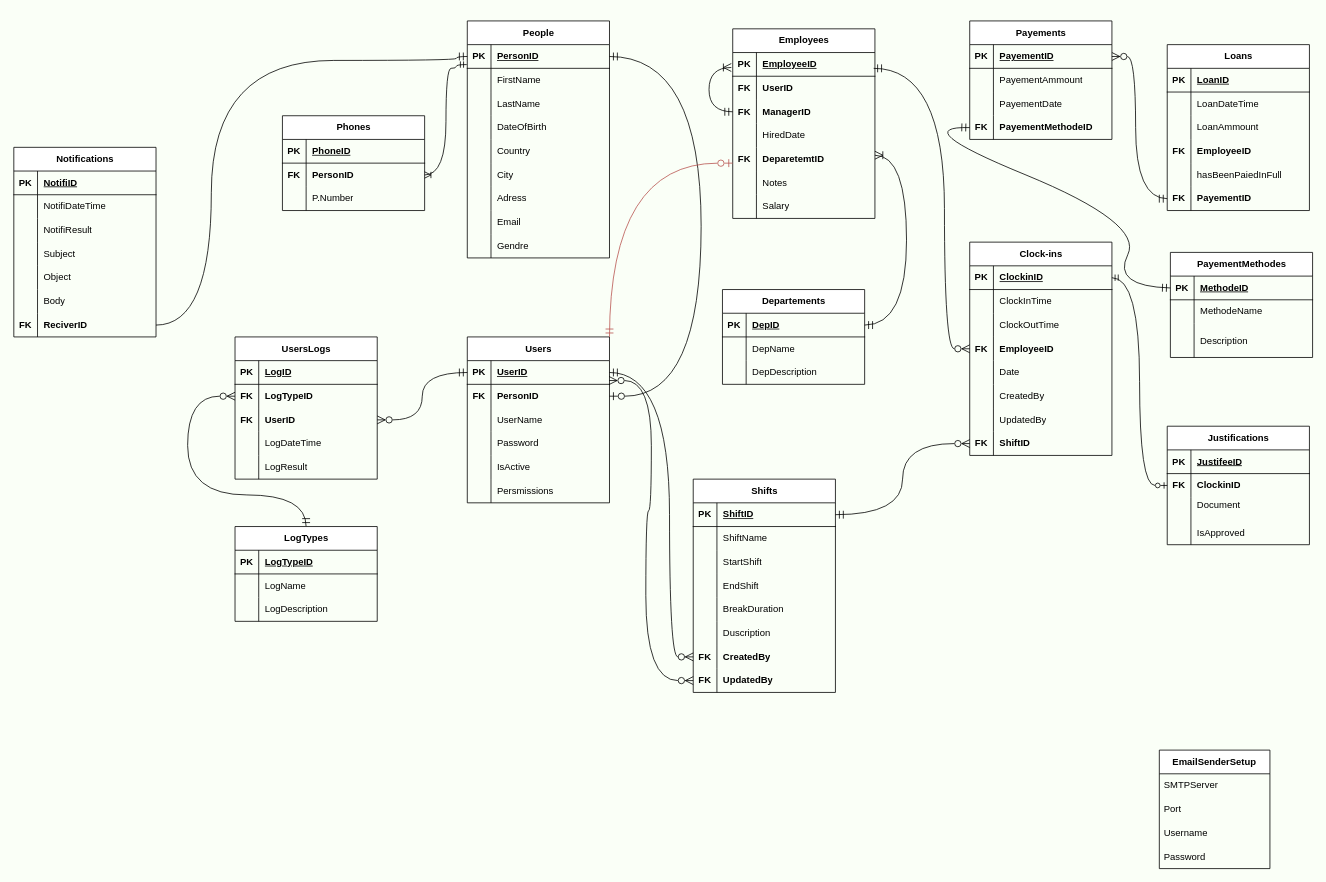
Above: ETC_Diagram.drawio in khalil98dev/ETC (draw.io), before the change. Source tidied: cells renumbered, new cells numbered last; positions are measured from the earlier drawing's top-left corner, leaving out a move shared by most shapes. Both pictures are drawn from the tidied source at 79%, with x=0, y=0 at pixel (13, 21).
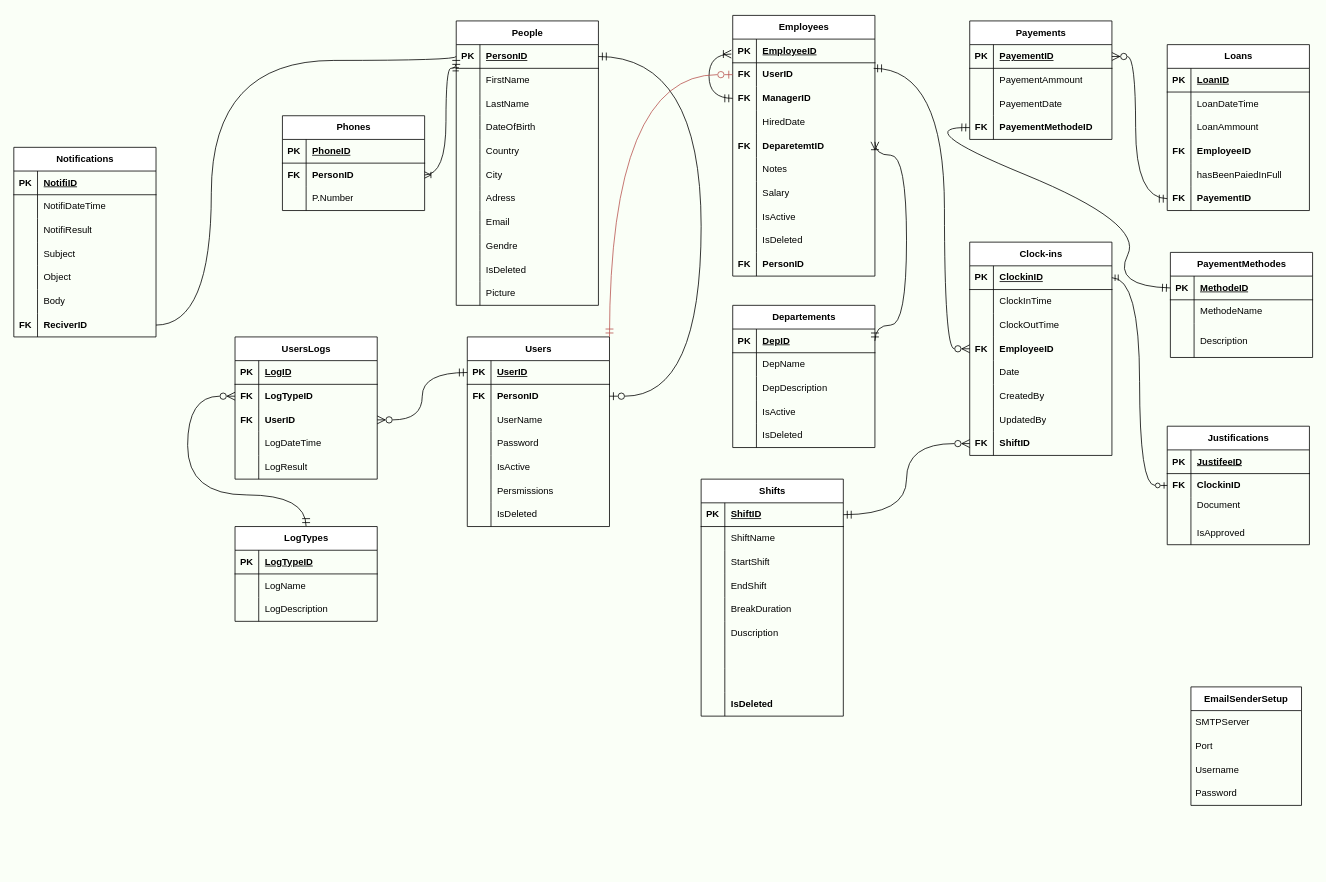
After the change.

The change refers to these unchanged cells:
```xml
<mxCell id="41" style="shape=tableRow;horizontal=0;startSize=0;swimlaneHead=0;swimlaneBody=0;fillColor=none;points=[[0,0.5],[1,0.5]];portConstraint=eastwest;top=0;left=0;right=0;bottom=1;" parent="40" vertex="1">
  <mxGeometry y="30" width="180" height="30" as="geometry" />
</mxCell>
<mxCell id="147" style="shape=tableRow;horizontal=0;startSize=0;swimlaneHead=0;swimlaneBody=0;fillColor=none;points=[[0,0.5],[1,0.5]];portConstraint=eastwest;top=0;left=0;right=0;bottom=0;" parent="143" vertex="1">
  <mxGeometry y="60" width="180" height="30" as="geometry" />
</mxCell>
<mxCell id="185" style="shape=tableRow;horizontal=0;startSize=0;swimlaneHead=0;swimlaneBody=0;fillColor=none;points=[[0,0.5],[1,0.5]];portConstraint=eastwest;top=0;left=0;right=0;bottom=0;" parent="166" vertex="1">
  <mxGeometry y="210" width="180" height="30" as="geometry" />
</mxCell>
<mxCell id="188" style="shape=tableRow;horizontal=0;startSize=0;swimlaneHead=0;swimlaneBody=0;fillColor=none;points=[[0,0.5],[1,0.5]];portConstraint=eastwest;top=0;left=0;right=0;bottom=0;" parent="166" vertex="1">
  <mxGeometry y="240" width="180" height="30" as="geometry" />
</mxCell>
```

What changed in the source:
```diff
@@
     <mxCell id="2" value="People" style="shape=table;startSize=30;childLayout=tableLayout;rowLines=0;fontStyle=1;align=center;html=1;" parent="1" vertex="1">
-      <mxGeometry x="574" width="180" height="300" as="geometry" />
+      <mxGeometry x="560" width="180" height="360" as="geometry" />
     </mxCell>
@@
+    <mxCell id="265" style="shape=tableRow;horizontal=0;startSize=0;swimlaneHead=0;swimlaneBody=0;fillColor=none;top=0;left=0;right=0;bottom=0;" parent="2" vertex="1">
+      <mxGeometry y="300" width="180" height="30" as="geometry" />
+    </mxCell>
+    <mxCell id="266" style="shape=partialRectangle;fillColor=none;top=0;left=0;bottom=0;right=0;overflow=hidden;whiteSpace=wrap;html=1;" parent="265" vertex="1">
+      <mxGeometry width="30" height="30" as="geometry" />
+    </mxCell>
+    <mxCell id="267" value="IsDeleted" style="shape=partialRectangle;fillColor=none;top=0;left=0;bottom=0;right=0;align=left;spacingLeft=6;overflow=hidden;whiteSpace=wrap;html=1;" parent="265" vertex="1">
+      <mxGeometry x="30" width="150" height="30" as="geometry" />
+    </mxCell>
+    <mxCell id="268" style="shape=tableRow;horizontal=0;startSize=0;swimlaneHead=0;swimlaneBody=0;fillColor=none;top=0;left=0;right=0;bottom=0;" parent="2" vertex="1">
+      <mxGeometry y="330" width="180" height="30" as="geometry" />
+    </mxCell>
+    <mxCell id="269" style="shape=partialRectangle;fillColor=none;top=0;left=0;bottom=0;right=0;overflow=hidden;whiteSpace=wrap;html=1;" parent="268" vertex="1">
+      <mxGeometry width="30" height="30" as="geometry" />
+    </mxCell>
+    <mxCell id="270" value="Picture" style="shape=partialRectangle;fillColor=none;top=0;left=0;bottom=0;right=0;align=left;spacingLeft=6;overflow=hidden;whiteSpace=wrap;html=1;" parent="268" vertex="1">
+      <mxGeometry x="30" width="150" height="30" as="geometry" />
+    </mxCell>
@@
     <mxCell id="40" value="Users" style="shape=table;startSize=30;childLayout=tableLayout;rowLines=0;fontStyle=1;align=center;html=1;" parent="1" vertex="1">
-      <mxGeometry x="574" y="400" width="180" height="210" as="geometry" />
+      <mxGeometry x="574" y="400" width="180" height="240" as="geometry" />
     </mxCell>
@@
+    <mxCell id="271" style="shape=tableRow;horizontal=0;startSize=0;swimlaneHead=0;swimlaneBody=0;fillColor=none;top=0;left=0;right=0;bottom=0;" parent="40" vertex="1">
+      <mxGeometry y="210" width="180" height="30" as="geometry" />
+    </mxCell>
+    <mxCell id="272" style="shape=partialRectangle;fillColor=none;top=0;left=0;bottom=0;right=0;overflow=hidden;whiteSpace=wrap;html=1;" parent="271" vertex="1">
+      <mxGeometry width="30" height="30" as="geometry" />
+    </mxCell>
+    <mxCell id="273" value="IsDeleted" style="shape=partialRectangle;fillColor=none;top=0;left=0;bottom=0;right=0;align=left;spacingLeft=6;overflow=hidden;whiteSpace=wrap;html=1;" parent="271" vertex="1">
+      <mxGeometry x="30" width="150" height="30" as="geometry" />
+    </mxCell>
@@
     <mxCell id="112" value="&lt;span style=&quot;font-weight: 700; text-wrap-mode: nowrap;&quot;&gt;EmailSenderSetup&lt;/span&gt;" style="swimlane;fontStyle=0;horizontal=1;startSize=30;whiteSpace=wrap;html=1;" parent="1" vertex="1">
-      <mxGeometry x="1450" y="923" width="140" height="150" as="geometry" />
+      <mxGeometry x="1490" y="843" width="140" height="150" as="geometry" />
     </mxCell>
@@
     <mxCell id="143" value="Employees" style="shape=table;startSize=30;childLayout=tableLayout;rowLines=0;fontStyle=1;align=center;html=1;" parent="1" vertex="1">
-      <mxGeometry x="910" y="10" width="180" height="240" as="geometry" />
+      <mxGeometry x="910" y="-7" width="180" height="330" as="geometry" />
     </mxCell>
@@
+    <mxCell id="274" style="shape=tableRow;horizontal=0;startSize=0;swimlaneHead=0;swimlaneBody=0;fillColor=none;top=0;left=0;right=0;bottom=0;" parent="143" vertex="1">
+      <mxGeometry y="240" width="180" height="30" as="geometry" />
+    </mxCell>
+    <mxCell id="275" style="shape=partialRectangle;fillColor=none;top=0;left=0;bottom=0;right=0;overflow=hidden;whiteSpace=wrap;html=1;" parent="274" vertex="1">
+      <mxGeometry width="30" height="30" as="geometry" />
+    </mxCell>
+    <mxCell id="276" value="IsActive" style="shape=partialRectangle;fillColor=none;top=0;left=0;bottom=0;right=0;align=left;spacingLeft=6;overflow=hidden;whiteSpace=wrap;html=1;" parent="274" vertex="1">
+      <mxGeometry x="30" width="150" height="30" as="geometry" />
+    </mxCell>
+    <mxCell id="277" style="shape=tableRow;horizontal=0;startSize=0;swimlaneHead=0;swimlaneBody=0;fillColor=none;top=0;left=0;right=0;bottom=0;" parent="143" vertex="1">
+      <mxGeometry y="270" width="180" height="30" as="geometry" />
+    </mxCell>
+    <mxCell id="278" style="shape=partialRectangle;fillColor=none;top=0;left=0;bottom=0;right=0;overflow=hidden;whiteSpace=wrap;html=1;" parent="277" vertex="1">
+      <mxGeometry width="30" height="30" as="geometry" />
+    </mxCell>
+    <mxCell id="279" value="IsDeleted" style="shape=partialRectangle;fillColor=none;top=0;left=0;bottom=0;right=0;align=left;spacingLeft=6;overflow=hidden;whiteSpace=wrap;html=1;" parent="277" vertex="1">
+      <mxGeometry x="30" width="150" height="30" as="geometry" />
+    </mxCell>
+    <mxCell id="280" style="shape=tableRow;horizontal=0;startSize=0;swimlaneHead=0;swimlaneBody=0;fillColor=none;top=0;left=0;right=0;bottom=0;" parent="143" vertex="1">
+      <mxGeometry y="300" width="180" height="30" as="geometry" />
+    </mxCell>
+    <mxCell id="281" value="FK" style="shape=partialRectangle;fillColor=none;top=0;left=0;bottom=0;right=0;overflow=hidden;whiteSpace=wrap;html=1;fontStyle=1;" parent="280" vertex="1">
+      <mxGeometry width="30" height="30" as="geometry" />
+    </mxCell>
+    <mxCell id="282" value="PersonID" style="shape=partialRectangle;fillColor=none;top=0;left=0;bottom=0;right=0;align=left;spacingLeft=6;overflow=hidden;whiteSpace=wrap;html=1;fontStyle=1;" parent="280" vertex="1">
+      <mxGeometry x="30" width="150" height="30" as="geometry" />
+    </mxCell>
     <mxCell id="166" value="Shifts" style="shape=table;startSize=30;childLayout=tableLayout;rowLines=0;fontStyle=1;align=center;html=1;" parent="1" vertex="1">
-      <mxGeometry x="860" y="580" width="180" height="270" as="geometry" />
+      <mxGeometry x="870" y="580" width="180" height="300" as="geometry" />
     </mxCell>
@@
-    <mxCell id="186" value="FK" style="shape=partialRectangle;fillColor=none;top=0;left=0;bottom=0;right=0;overflow=hidden;whiteSpace=wrap;html=1;fontStyle=1;" parent="185" vertex="1">
+    <mxCell id="186" style="shape=partialRectangle;fillColor=none;top=0;left=0;bottom=0;right=0;overflow=hidden;whiteSpace=wrap;html=1;fontStyle=1;" parent="185" vertex="1">
       <mxGeometry width="30" height="30" as="geometry" />
     </mxCell>
-    <mxCell id="187" value="CreatedBy" style="shape=partialRectangle;fillColor=none;top=0;left=0;bottom=0;right=0;align=left;spacingLeft=6;overflow=hidden;whiteSpace=wrap;html=1;fontStyle=1;" parent="185" vertex="1">
+    <mxCell id="187" style="shape=partialRectangle;fillColor=none;top=0;left=0;bottom=0;right=0;align=left;spacingLeft=6;overflow=hidden;whiteSpace=wrap;html=1;fontStyle=1;" parent="185" vertex="1">
       <mxGeometry x="30" width="150" height="30" as="geometry" />
     </mxCell>
@@
-    <mxCell id="189" value="FK" style="shape=partialRectangle;fillColor=none;top=0;left=0;bottom=0;right=0;overflow=hidden;whiteSpace=wrap;html=1;fontStyle=1;" parent="188" vertex="1">
+    <mxCell id="189" style="shape=partialRectangle;fillColor=none;top=0;left=0;bottom=0;right=0;overflow=hidden;whiteSpace=wrap;html=1;fontStyle=1;" parent="188" vertex="1">
       <mxGeometry width="30" height="30" as="geometry" />
     </mxCell>
-    <mxCell id="190" value="UpdatedBy" style="shape=partialRectangle;fillColor=none;top=0;left=0;bottom=0;right=0;align=left;spacingLeft=6;overflow=hidden;whiteSpace=wrap;html=1;fontStyle=1;" parent="188" vertex="1">
+    <mxCell id="190" style="shape=partialRectangle;fillColor=none;top=0;left=0;bottom=0;right=0;align=left;spacingLeft=6;overflow=hidden;whiteSpace=wrap;html=1;fontStyle=1;" parent="188" vertex="1">
       <mxGeometry x="30" width="150" height="30" as="geometry" />
     </mxCell>
-    <mxCell id="191" style="edgeStyle=orthogonalEdgeStyle;curved=1;rounded=0;jettySize=auto;html=1;entryX=1;entryY=0.5;entryDx=0;entryDy=0;fontSize=12;startSize=8;endSize=8;endArrow=ERmandOne;endFill=0;startArrow=ERzeroToMany;startFill=0;" parent="1" edge="1" source="185" target="41">
-      <mxGeometry relative="1" as="geometry">
-        <Array as="points">
-          <mxPoint x="830" y="805" />
-          <mxPoint x="830" y="445" />
-        </Array>
-      </mxGeometry>
-    </mxCell>
-    <mxCell id="192" style="edgeStyle=orthogonalEdgeStyle;curved=1;rounded=0;jettySize=auto;html=1;entryX=0.998;entryY=0.84;entryDx=0;entryDy=0;fontSize=12;startSize=8;endSize=8;entryPerimeter=0;startArrow=ERzeroToMany;startFill=0;endArrow=ERzeroToMany;endFill=0;" parent="1" edge="1" source="188" target="41">
-      <mxGeometry relative="1" as="geometry">
-        <Array as="points">
-          <mxPoint x="800" y="835" />
-          <mxPoint x="800" y="620" />
-          <mxPoint x="807" y="620" />
-          <mxPoint x="807" y="455" />
-        </Array>
-      </mxGeometry>
-    </mxCell>
+    <mxCell id="283" style="shape=tableRow;horizontal=0;startSize=0;swimlaneHead=0;swimlaneBody=0;fillColor=none;top=0;left=0;right=0;bottom=0;" parent="166" vertex="1">
+      <mxGeometry y="270" width="180" height="30" as="geometry" />
+    </mxCell>
+    <mxCell id="284" style="shape=partialRectangle;fillColor=none;top=0;left=0;bottom=0;right=0;overflow=hidden;whiteSpace=wrap;html=1;fontStyle=1;" parent="283" vertex="1">
+      <mxGeometry width="30" height="30" as="geometry" />
+    </mxCell>
+    <mxCell id="285" value="IsDeleted" style="shape=partialRectangle;fillColor=none;top=0;left=0;bottom=0;right=0;align=left;spacingLeft=6;overflow=hidden;whiteSpace=wrap;html=1;fontStyle=1;" parent="283" vertex="1">
+      <mxGeometry x="30" width="150" height="30" as="geometry" />
+    </mxCell>
@@
     <mxCell id="194" value="Departements" style="shape=table;startSize=30;childLayout=tableLayout;rowLines=0;fontStyle=1;align=center;html=1;" parent="1" vertex="1">
-      <mxGeometry x="897" y="340" width="180" height="120" as="geometry" />
+      <mxGeometry x="910" y="360" width="180" height="180" as="geometry" />
     </mxCell>
@@
+    <mxCell id="286" style="shape=tableRow;horizontal=0;startSize=0;swimlaneHead=0;swimlaneBody=0;fillColor=none;top=0;left=0;right=0;bottom=0;" parent="194" vertex="1">
+      <mxGeometry y="120" width="180" height="30" as="geometry" />
+    </mxCell>
+    <mxCell id="287" style="shape=partialRectangle;fillColor=none;top=0;left=0;bottom=0;right=0;overflow=hidden;whiteSpace=wrap;html=1;" parent="286" vertex="1">
+      <mxGeometry width="30" height="30" as="geometry" />
+    </mxCell>
+    <mxCell id="288" value="IsActive" style="shape=partialRectangle;fillColor=none;top=0;left=0;bottom=0;right=0;align=left;spacingLeft=6;overflow=hidden;whiteSpace=wrap;html=1;" parent="286" vertex="1">
+      <mxGeometry x="30" width="150" height="30" as="geometry" />
+    </mxCell>
+    <mxCell id="289" style="shape=tableRow;horizontal=0;startSize=0;swimlaneHead=0;swimlaneBody=0;fillColor=none;top=0;left=0;right=0;bottom=0;" parent="194" vertex="1">
+      <mxGeometry y="150" width="180" height="30" as="geometry" />
+    </mxCell>
+    <mxCell id="290" style="shape=partialRectangle;fillColor=none;top=0;left=0;bottom=0;right=0;overflow=hidden;whiteSpace=wrap;html=1;" parent="289" vertex="1">
+      <mxGeometry width="30" height="30" as="geometry" />
+    </mxCell>
+    <mxCell id="291" value="IsDeleted" style="shape=partialRectangle;fillColor=none;top=0;left=0;bottom=0;right=0;align=left;spacingLeft=6;overflow=hidden;whiteSpace=wrap;html=1;" parent="289" vertex="1">
+      <mxGeometry x="30" width="150" height="30" as="geometry" />
+    </mxCell>
-    <mxCell id="204" style="edgeStyle=orthogonalEdgeStyle;curved=1;rounded=0;orthogonalLoop=1;jettySize=auto;html=1;entryX=0.974;entryY=0;entryDx=0;entryDy=0;entryPerimeter=0;fontSize=12;startSize=8;endSize=8;endArrow=ERmandOne;endFill=0;startArrow=ERzeroToOne;startFill=0;fillColor=#f8cecc;strokeColor=#b85450;shadow=0;" parent="1" edge="1">
+    <mxCell id="204" style="edgeStyle=orthogonalEdgeStyle;curved=1;rounded=0;jettySize=auto;html=1;entryX=0.974;entryY=0;entryDx=0;entryDy=0;entryPerimeter=0;fontSize=12;startSize=8;endSize=8;endArrow=ERmandOne;endFill=0;startArrow=ERzeroToOne;startFill=0;fillColor=#f8cecc;strokeColor=#b85450;shadow=0;exitX=0;exitY=0.5;exitDx=0;exitDy=0;" parent="1" edge="1" source="147">
       <mxGeometry relative="1" as="geometry">
-        <mxPoint x="910" y="180" as="sourcePoint" />
         <mxPoint x="754" y="400" as="targetPoint" />
       </mxGeometry>
     </mxCell>
```
